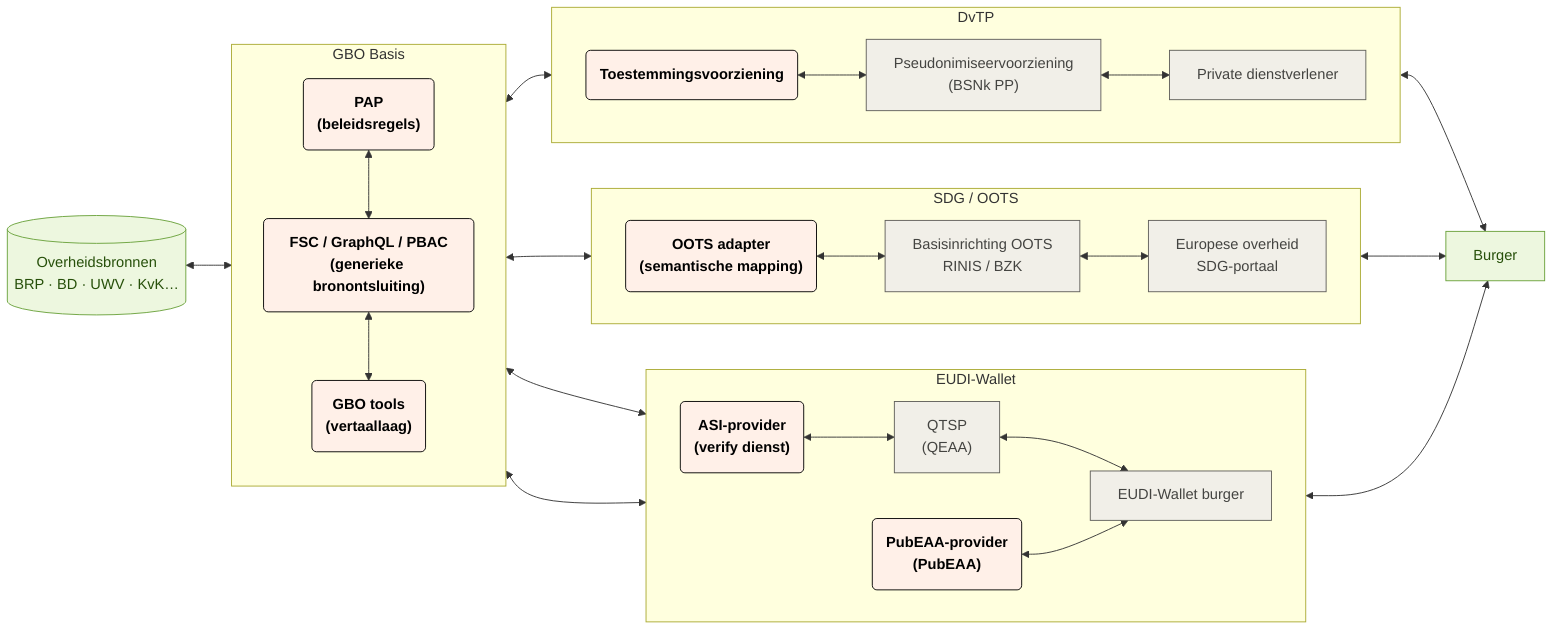
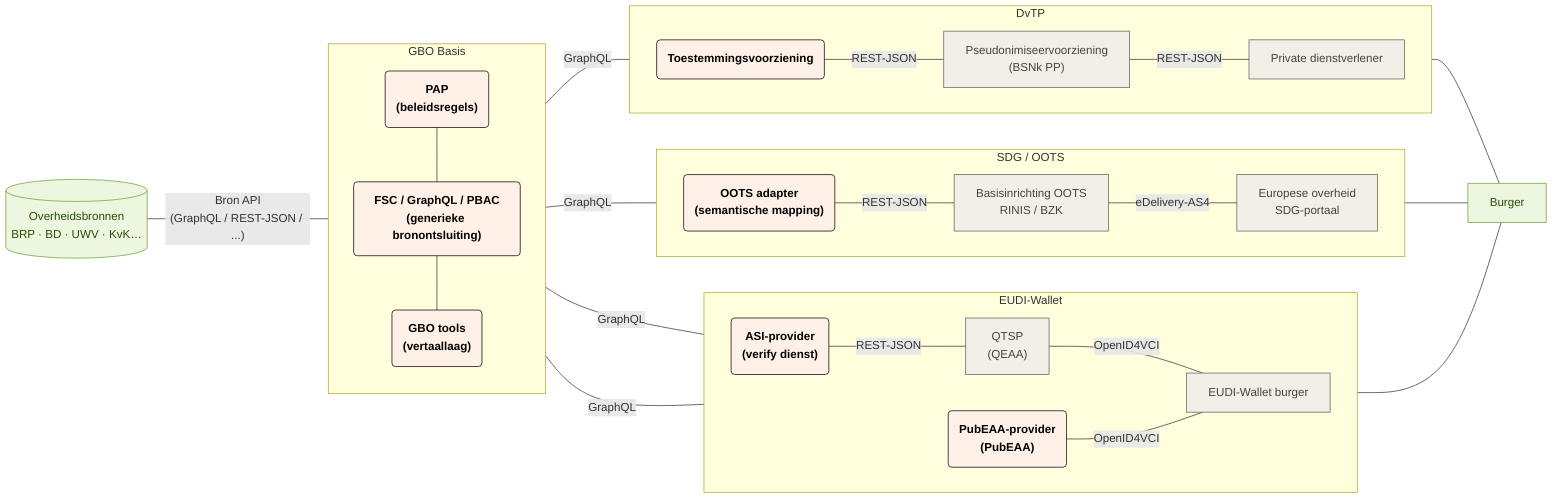
flowchart LR
  subgraph gbo["GBO Basis"]
    direction TB
-         fsc_pap("<strong>PAP<br>(beleidsregels)</strong>")
-         fsc("<strong>FSC / GraphQL / PBAC<br>(generieke bronontsluiting)</strong>")
-         fsc_tools("<strong>GBO tools<br>(vertaallaag)</strong>")
+         fsc_pap("`**PAP<br>(beleidsregels)**`")
+         fsc("`**FSC / GraphQL / PBAC<br>(generieke bronontsluiting)**`")
+         fsc_tools("`**GBO tools<br>(vertaallaag)**`")
  end
  subgraph eudi["EUDI-Wallet"]
    direction LR
-         eudi_asi("<strong>ASI-provider<br>(verify dienst)</strong>")
-         eudi_pubeaa("<strong>PubEAA-provider<br>(PubEAA)</strong>")
+         eudi_asi("`**ASI-provider<br>(verify dienst)**`")
+         eudi_pubeaa("`**PubEAA-provider<br>(PubEAA)**`")
        eudi_qeaa["QTSP<br>(QEAA)"]
        eudi_wallet["EUDI-Wallet burger"]
  end
  subgraph oots["SDG / OOTS"]
    direction LR
-         oots_adapter("<strong>OOTS adapter<br>(semantische mapping)</strong>")
+         oots_adapter("`**OOTS adapter<br>(semantische mapping)**`")
        oots_basis["Basisinrichting OOTS<br>RINIS / BZK"]
        oots_afnemer["Europese overheid<br>SDG-portaal"]
  end
  subgraph dvtp["DvTP"]
    direction LR
-         dvtp_toestemming("<strong>Toestemmingsvoorziening</strong>")
+         dvtp_toestemming("`**Toestemmingsvoorziening**`")
        dvtp_pseudoniem["Pseudonimiseervoorziening<br>(BSNk PP)"]
        dvtp_afnemer["Private dienstverlener"]
  end

-   fsc_pap <--> fsc
-   fsc <--> fsc_tools
-   bron[("Overheidsbronnen<br>BRP · BD · UWV · KvK…")] <--> gbo
-   eudi_asi <--> eudi_qeaa
-   eudi_qeaa <--> eudi_wallet
-   gbo <--> eudi_asi & eudi_pubeaa & oots_adapter & dvtp_toestemming
-   eudi_pubeaa <--> eudi_wallet
-   oots_adapter <--> oots_basis
-   oots_basis <--> oots_afnemer
-   dvtp_toestemming <--> dvtp_pseudoniem
-   dvtp_pseudoniem <--> dvtp_afnemer
-   eudi_wallet <--> burger["Burger"]
-   oots_afnemer <--> burger
-   dvtp_afnemer <--> burger
+   fsc_pap --- fsc
+   fsc --- fsc_tools
+   bron[("Overheidsbronnen<br>BRP · BD · UWV · KvK…")] -- Bron API<br>(GraphQL / REST-JSON / ...) --- gbo
+   eudi_asi -- REST-JSON --- eudi_qeaa
+   eudi_qeaa -- OpenID4VCI --- eudi_wallet
+   gbo -- GraphQL --- eudi_asi & eudi_pubeaa & oots_adapter & dvtp_toestemming
+   eudi_pubeaa -- OpenID4VCI --- eudi_wallet
+   oots_adapter -- REST-JSON --- oots_basis
+   oots_basis -- eDelivery-AS4 --- oots_afnemer
+   dvtp_toestemming -- REST-JSON --- dvtp_pseudoniem
+   dvtp_pseudoniem -- REST-JSON --- dvtp_afnemer
+   eudi_wallet --- burger["Burger"]
+   oots_afnemer --- burger
+   dvtp_afnemer --- burger

  fsc_pap:::gbo
  fsc:::gbo
  fsc_tools:::gbo
  eudi_asi:::gbo
  eudi_pubeaa:::gbo
  eudi_qeaa:::eudi
  eudi_wallet:::eudi
  oots_adapter:::gbo
  oots_basis:::oots
  oots_afnemer:::oots
  dvtp_toestemming:::gbo
  dvtp_pseudoniem:::dvtp
  dvtp_afnemer:::dvtp
  bron:::bron
  burger:::burger

  classDef bron fill:#edf7df,stroke:#6aa13a,color:#27500a
  classDef generiek fill:#f1efe8,stroke:#5f5e5a,color:#444441
  classDef eudi fill:#f1efe8,stroke:#5f5e5a,color:#444441
  classDef oots fill:#f1efe8,stroke:#5f5e5a,color:#444441
  classDef dvtp fill:#f1efe8,stroke:#5f5e5a,color:#444441
  classDef gbo fill:#fff0e8,stroke:#000000,color:#000000
  classDef burger fill:#edf7df,stroke:#6aa13a,color:#27500a
